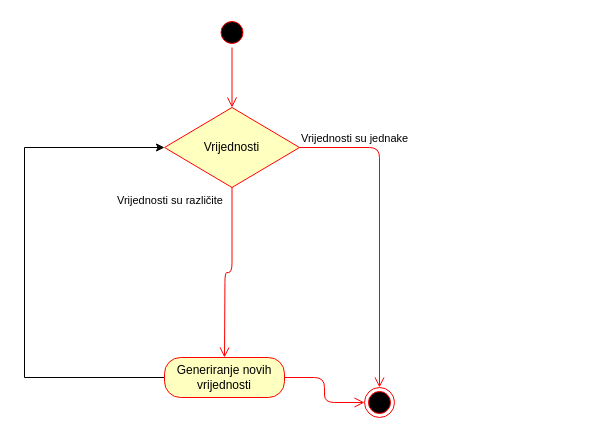
Above: page "activity: Potez" (4 of 5) of dijagram.drawio in ivanaher/2048 (draw.io), before the change. Source tidied: cells renumbered, new cells numbered last; positions are measured from the earlier drawing's top-left corner, leaving out a move shared by most shapes. Both pictures are drawn from the tidied source at 100%, with x=0, y=0 at pixel (24, 17).
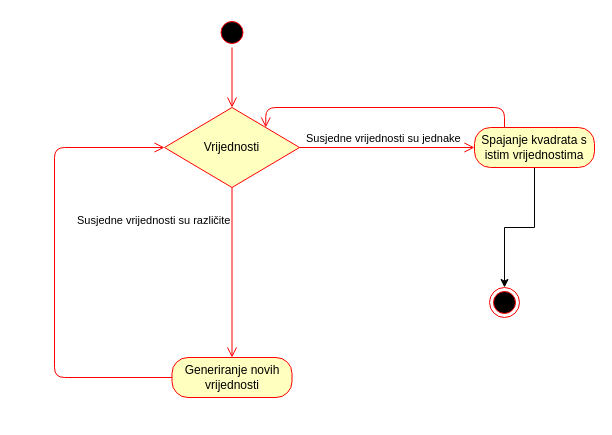
The same diagram, later.

Change to the diagram source:
```diff
@@
 <mxGraphModel>
   <root>
     <mxCell id="0" />
     <mxCell id="1" parent="0" />
     <mxCell id="2" style="ellipse;html=1;shape=startState;fillColor=#000000;strokeColor=#ff0000;" parent="1" vertex="1">
       <mxGeometry x="192.5" width="30" height="30" as="geometry" />
     </mxCell>
     <mxCell id="3" style="edgeStyle=orthogonalEdgeStyle;html=1;verticalAlign=bottom;endArrow=open;endSize=8;strokeColor=#ff0000;entryX=0.5;entryY=0;entryDx=0;entryDy=0;" parent="1" edge="1" source="2" target="4">
       <mxGeometry relative="1" as="geometry" />
     </mxCell>
     <mxCell id="4" value="Vrijednosti" style="rhombus;whiteSpace=wrap;html=1;fillColor=#ffffc0;strokeColor=#ff0000;" parent="1" vertex="1">
       <mxGeometry x="140" y="90" width="135" height="80" as="geometry" />
     </mxCell>
-    <mxCell id="5" value="Vrijednosti su jednake" style="edgeStyle=orthogonalEdgeStyle;html=1;align=left;verticalAlign=bottom;endArrow=open;endSize=8;strokeColor=#ff0000;entryX=0.5;entryY=0;entryDx=0;entryDy=0;" parent="1" edge="1" source="4" target="10">
-      <mxGeometry x="-1" relative="1" as="geometry" />
+    <mxCell id="5" value="Susjedne vrijednosti su jednake" style="edgeStyle=orthogonalEdgeStyle;html=1;align=left;verticalAlign=bottom;endArrow=open;endSize=8;strokeColor=#ff0000;entryX=0;entryY=0.5;entryDx=0;entryDy=0;" parent="1" edge="1" source="4" target="12">
+      <mxGeometry x="-0.94" relative="1" as="geometry" />
     </mxCell>
-    <mxCell id="6" value="Vrijednosti su različite" style="edgeStyle=orthogonalEdgeStyle;html=1;align=left;verticalAlign=top;endArrow=open;endSize=8;strokeColor=#ff0000;" parent="1" edge="1" source="4">
-      <mxGeometry x="-1" y="-117" relative="1" as="geometry">
-        <mxPoint x="200" y="340" as="targetPoint" />
-      </mxGeometry>
+    <mxCell id="6" value="Susjedne vrijednosti su različite" style="edgeStyle=orthogonalEdgeStyle;html=1;align=left;verticalAlign=top;endArrow=open;endSize=8;strokeColor=#ff0000;entryX=0.5;entryY=0;entryDx=0;entryDy=0;" parent="1" edge="1" source="4" target="8">
+      <mxGeometry x="-0.76" y="-157" relative="1" as="geometry" />
     </mxCell>
-    <mxCell id="7" style="edgeStyle=orthogonalEdgeStyle;rounded=0;jettySize=auto;html=1;exitX=0;exitY=0.5;exitDx=0;exitDy=0;entryX=0;entryY=0.5;entryDx=0;entryDy=0;" parent="1" edge="1" source="8" target="4">
-      <mxGeometry relative="1" as="geometry">
-        <Array as="points">
-          <mxPoint y="360" />
-          <mxPoint y="130" />
-        </Array>
-      </mxGeometry>
-    </mxCell>
     <mxCell id="8" value="Generiranje novih vrijednosti" style="rounded=1;whiteSpace=wrap;html=1;arcSize=40;fontColor=#000000;fillColor=#ffffc0;strokeColor=#ff0000;" parent="1" vertex="1">
-      <mxGeometry x="140" y="340" width="120" height="40" as="geometry" />
+      <mxGeometry x="147.5" y="340" width="120" height="40" as="geometry" />
     </mxCell>
-    <mxCell id="9" style="edgeStyle=orthogonalEdgeStyle;html=1;verticalAlign=bottom;endArrow=open;endSize=8;strokeColor=#ff0000;entryX=0;entryY=0.5;entryDx=0;entryDy=0;" parent="1" edge="1" source="8" target="10">
-      <mxGeometry relative="1" as="geometry" />
+    <mxCell id="9" style="edgeStyle=orthogonalEdgeStyle;html=1;verticalAlign=bottom;endArrow=open;endSize=8;strokeColor=#ff0000;" parent="1" edge="1" source="8" target="4">
+      <mxGeometry relative="1" as="geometry">
+        <Array as="points">
+          <mxPoint x="30" y="360" />
+          <mxPoint x="30" y="130" />
+        </Array>
+      </mxGeometry>
     </mxCell>
     <mxCell id="10" style="ellipse;html=1;shape=endState;fillColor=#000000;strokeColor=#ff0000;" parent="1" vertex="1">
-      <mxGeometry x="340" y="370" width="30" height="30" as="geometry" />
+      <mxGeometry x="465" y="270" width="30" height="30" as="geometry" />
     </mxCell>
+    <mxCell id="11" style="edgeStyle=orthogonalEdgeStyle;rounded=0;jettySize=auto;html=1;entryX=0.5;entryY=0;entryDx=0;entryDy=0;" parent="1" edge="1" source="12" target="10">
+      <mxGeometry relative="1" as="geometry" />
+    </mxCell>
+    <mxCell id="12" value="Spajanje kvadrata s istim vrijednostima" style="rounded=1;whiteSpace=wrap;html=1;arcSize=40;fontColor=#000000;fillColor=#ffffc0;strokeColor=#ff0000;" parent="1" vertex="1">
+      <mxGeometry x="450" y="110" width="120" height="40" as="geometry" />
+    </mxCell>
+    <mxCell id="13" style="edgeStyle=orthogonalEdgeStyle;html=1;verticalAlign=bottom;endArrow=open;endSize=8;strokeColor=#ff0000;entryX=1;entryY=0;entryDx=0;entryDy=0;" parent="1" edge="1" source="12" target="4">
+      <mxGeometry relative="1" as="geometry">
+        <Array as="points">
+          <mxPoint x="480" y="90" />
+          <mxPoint x="241" y="90" />
+        </Array>
+      </mxGeometry>
+    </mxCell>
   </root>
 </mxGraphModel>
```
